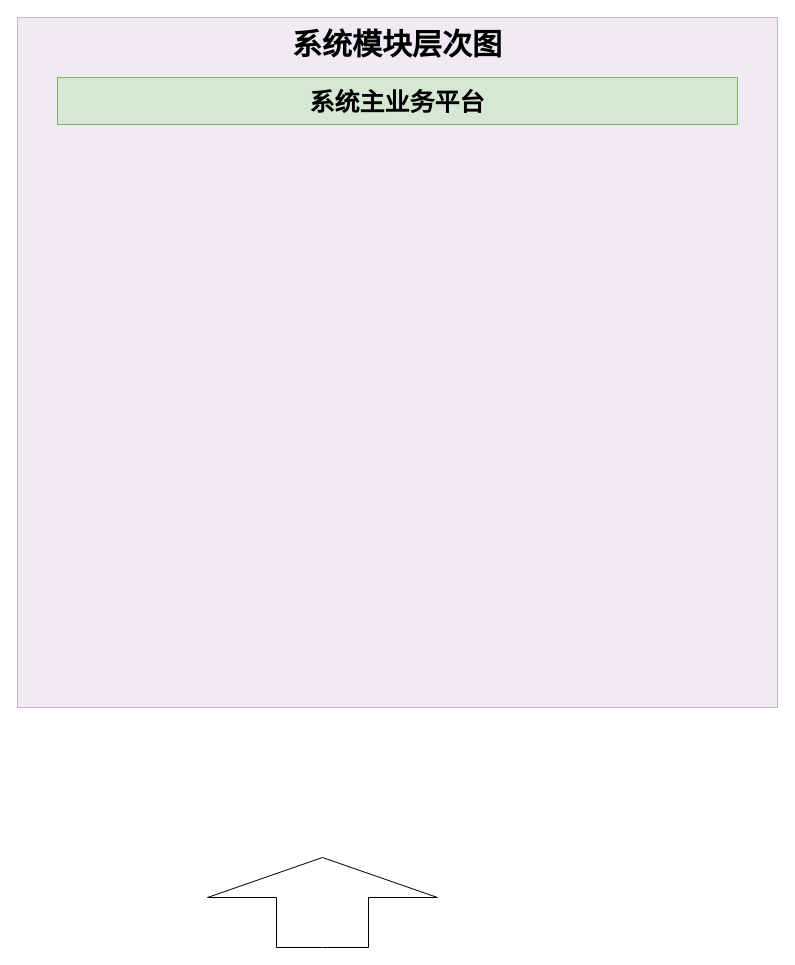
This is 西部航空系统架构.drawio from HXLMOM/cctest, a draw.io file, before an edit. Source tidied: cells renumbered, new cells numbered last; positions are measured from the earlier drawing's top-left corner, leaving out a move shared by most shapes. Both pictures are drawn from the tidied source at 100%, with x=0, y=0 at pixel (17, 17).
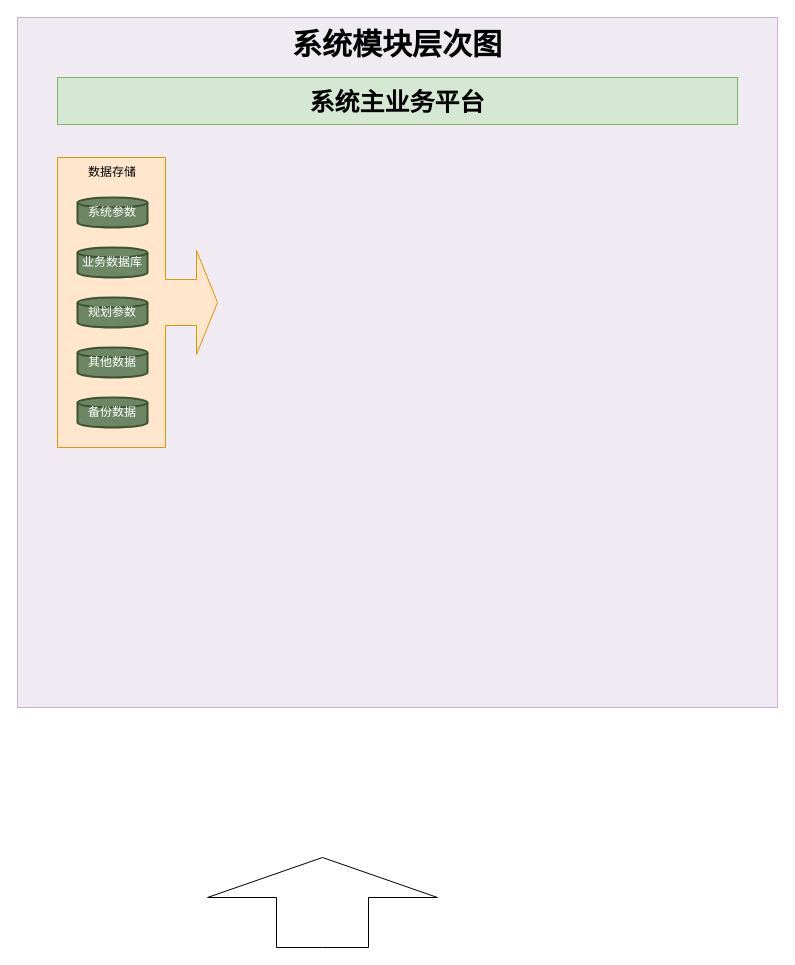
The same page after the edit.

Commit message (it also covers changes not shown here):
更新西部航空系统架构.drawio

The edit, as a diff of the source:
```diff
@@
 <mxGraphModel>
   <root>
     <mxCell id="0" />
     <mxCell id="1" parent="0" />
     <mxCell id="2" style="html=1;shadow=0;align=center;verticalAlign=middle;shape=mxgraph.arrows2.arrow;dy=0.6;dx=40;direction=north;notch=0;strokeColor=default;" parent="1" vertex="1">
       <mxGeometry x="190" y="840" width="230" height="90" as="geometry" />
     </mxCell>
     <mxCell id="3" style="rounded=0;whiteSpace=wrap;html=1;fillColor=#e1d5e7;fillStyle=auto;strokeColor=#9673a6;opacity=50;" parent="1" vertex="1">
       <mxGeometry width="760" height="690" as="geometry" />
     </mxCell>
     <mxCell id="4" value="系统模块层次图" style="rounded=0;whiteSpace=wrap;html=1;fillColor=none;strokeColor=none;fontSize=30;fontStyle=1;fontFamily=微软雅黑;" parent="1" vertex="1">
       <mxGeometry y="3" width="760" height="47" as="geometry" />
     </mxCell>
     <mxCell id="5" value="系统主业务平台" style="rounded=0;whiteSpace=wrap;html=1;fillColor=#d5e8d4;strokeColor=#82b366;fontSize=25;fontStyle=1;fontFamily=微软雅黑;" parent="1" vertex="1">
       <mxGeometry x="40" y="60" width="680" height="47" as="geometry" />
     </mxCell>
+    <mxCell id="6" style="html=1;shadow=0;dashed=0;align=center;verticalAlign=middle;shape=mxgraph.arrows2.calloutArrow;dy=23;dx=21;notch=108;arrowHead=29;fillColor=#ffe6cc;strokeColor=#d79b00;" parent="1" vertex="1">
+      <mxGeometry x="40" y="140" width="160" height="290" as="geometry" />
+    </mxCell>
+    <mxCell id="7" value="数据存储" style="text;html=1;strokeColor=none;fillColor=none;align=center;verticalAlign=middle;whiteSpace=wrap;rounded=0;fontFamily=微软雅黑;" parent="1" vertex="1">
+      <mxGeometry x="65" y="140" width="60" height="30" as="geometry" />
+    </mxCell>
+    <mxCell id="8" value="系统参数" style="strokeWidth=2;html=1;shape=mxgraph.flowchart.database;whiteSpace=wrap;fillColor=#6d8764;strokeColor=#3A5431;fontColor=#FFFFFF;" parent="1" vertex="1">
+      <mxGeometry x="60" y="180" width="70" height="30" as="geometry" />
+    </mxCell>
+    <mxCell id="9" value="业务数据库" style="strokeWidth=2;html=1;shape=mxgraph.flowchart.database;whiteSpace=wrap;fillColor=#6d8764;strokeColor=#3A5431;fontColor=#FFFFFF;" parent="1" vertex="1">
+      <mxGeometry x="60" y="230" width="70" height="30" as="geometry" />
+    </mxCell>
+    <mxCell id="10" value="规划参数" style="strokeWidth=2;html=1;shape=mxgraph.flowchart.database;whiteSpace=wrap;fillColor=#6d8764;strokeColor=#3A5431;fontColor=#FFFFFF;" parent="1" vertex="1">
+      <mxGeometry x="60" y="280" width="70" height="30" as="geometry" />
+    </mxCell>
+    <mxCell id="11" value="其他数据" style="strokeWidth=2;html=1;shape=mxgraph.flowchart.database;whiteSpace=wrap;fillColor=#6d8764;strokeColor=#3A5431;fontColor=#FFFFFF;" parent="1" vertex="1">
+      <mxGeometry x="60" y="330" width="70" height="30" as="geometry" />
+    </mxCell>
+    <mxCell id="12" value="备份数据" style="strokeWidth=2;html=1;shape=mxgraph.flowchart.database;whiteSpace=wrap;fillColor=#6d8764;strokeColor=#3A5431;fontColor=#FFFFFF;" parent="1" vertex="1">
+      <mxGeometry x="60" y="380" width="70" height="30" as="geometry" />
+    </mxCell>
   </root>
 </mxGraphModel>
```
